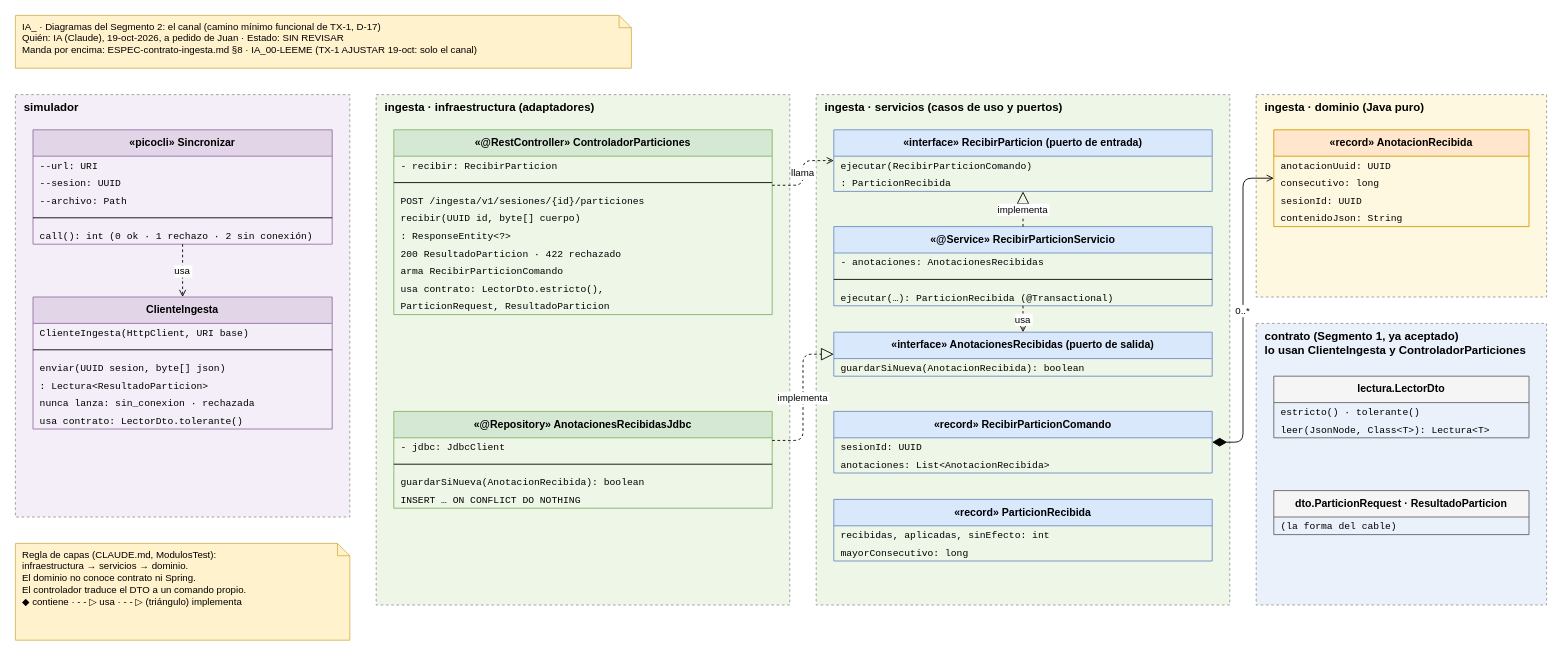
The draw.io diagram page "2 · Clases del canal" (2 of 2) of codigo/contrato/diagramas/IA_segmento-2.drawio in JuanPabloAvendano/FlorLogic, before the edit. Source tidied: cells renumbered, new cells numbered last; positions are measured from the earlier drawing's top-left corner, leaving out a move shared by most shapes. Both pictures are drawn from the tidied source at 88%, with x=0, y=0 at pixel (15, 15).
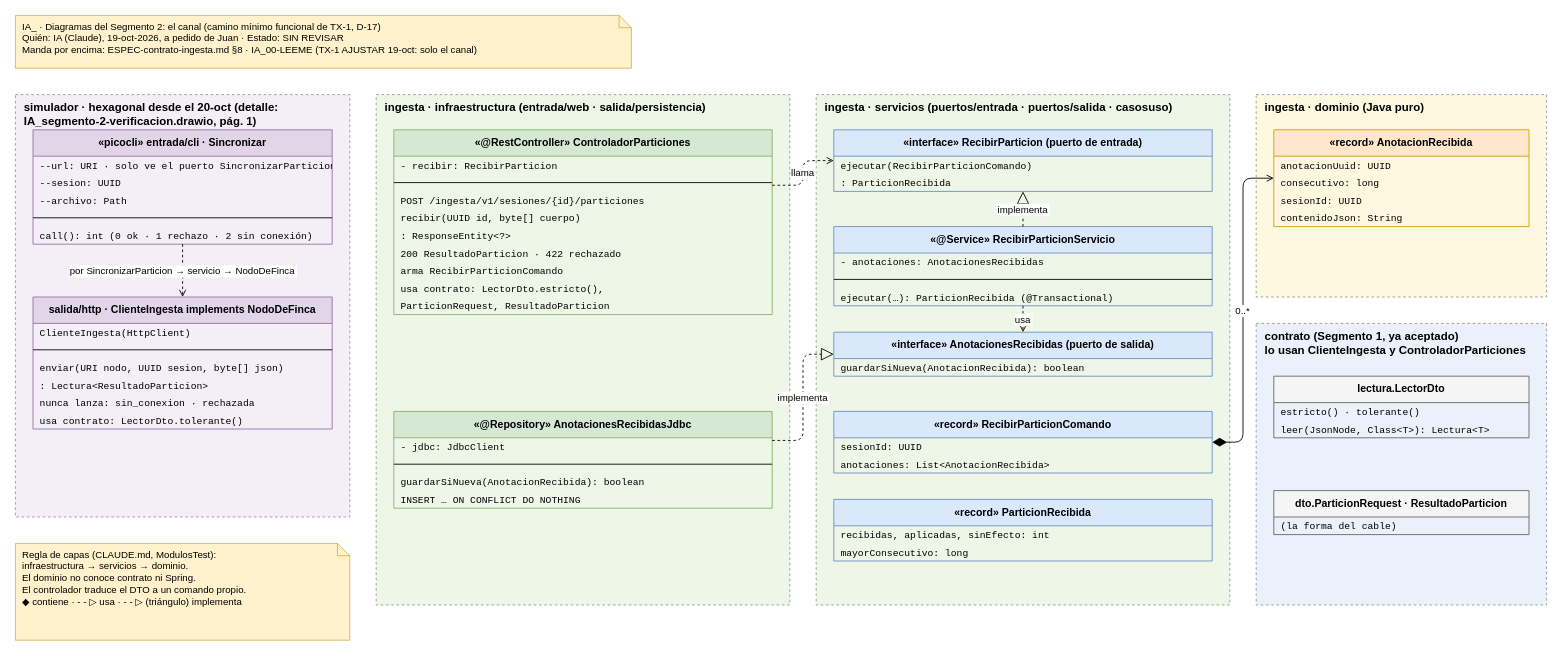
The same diagram, later.

The edit, as a diff of the source:
```diff
@@
-    <mxCell id="3" value="simulador" style="rounded=0;whiteSpace=wrap;html=0;fillColor=#f3eef7;strokeColor=#999999;dashed=1;verticalAlign=top;align=left;spacingLeft=8;fontStyle=1;fontSize=13;" parent="1" vertex="1">
+    <mxCell id="3" value="simulador · hexagonal desde el 20-oct (detalle: IA_segmento-2-verificacion.drawio, pág. 1)" style="rounded=0;whiteSpace=wrap;html=0;fillColor=#f3eef7;strokeColor=#999999;dashed=1;verticalAlign=top;align=left;spacingLeft=8;fontStyle=1;fontSize=13;" parent="1" vertex="1">
       <mxGeometry y="90" width="380" height="480" as="geometry" />
     </mxCell>
-    <mxCell id="4" value="ingesta · infraestructura (adaptadores)" style="rounded=0;whiteSpace=wrap;html=0;fillColor=#eef6e8;strokeColor=#999999;dashed=1;verticalAlign=top;align=left;spacingLeft=8;fontStyle=1;fontSize=13;" parent="1" vertex="1">
+    <mxCell id="4" value="ingesta · infraestructura (entrada/web · salida/persistencia)" style="rounded=0;whiteSpace=wrap;html=0;fillColor=#eef6e8;strokeColor=#999999;dashed=1;verticalAlign=top;align=left;spacingLeft=8;fontStyle=1;fontSize=13;" parent="1" vertex="1">
       <mxGeometry x="410" y="90" width="470" height="580" as="geometry" />
     </mxCell>
-    <mxCell id="5" value="ingesta · servicios (casos de uso y puertos)" style="rounded=0;whiteSpace=wrap;html=0;fillColor=#eef6e8;strokeColor=#999999;dashed=1;verticalAlign=top;align=left;spacingLeft=8;fontStyle=1;fontSize=13;" parent="1" vertex="1">
+    <mxCell id="5" value="ingesta · servicios (puertos/entrada · puertos/salida · casosuso)" style="rounded=0;whiteSpace=wrap;html=0;fillColor=#eef6e8;strokeColor=#999999;dashed=1;verticalAlign=top;align=left;spacingLeft=8;fontStyle=1;fontSize=13;" parent="1" vertex="1">
       <mxGeometry x="910" y="90" width="470" height="580" as="geometry" />
     </mxCell>
@@
-    <mxCell id="8" value="«picocli» Sincronizar" style="swimlane;fontStyle=1;horizontal=1;startSize=30;html=0;whiteSpace=wrap;fillColor=#e1d5e7;strokeColor=#9673a6;fontSize=12;" parent="1" vertex="1">
+    <mxCell id="8" value="«picocli» entrada/cli · Sincronizar" style="swimlane;fontStyle=1;horizontal=1;startSize=30;html=0;whiteSpace=wrap;fillColor=#e1d5e7;strokeColor=#9673a6;fontSize=12;" parent="1" vertex="1">
       <mxGeometry x="20" y="130" width="340" height="130" as="geometry" />
     </mxCell>
-    <mxCell id="9" value="--url: URI" style="text;strokeColor=none;fillColor=none;align=left;verticalAlign=middle;spacingLeft=6;overflow=hidden;html=0;fontFamily=Courier New;fontSize=11;" parent="8" vertex="1">
+    <mxCell id="9" value="--url: URI · solo ve el puerto SincronizarParticion" style="text;strokeColor=none;fillColor=none;align=left;verticalAlign=middle;spacingLeft=6;overflow=hidden;html=0;fontFamily=Courier New;fontSize=11;" parent="8" vertex="1">
       <mxGeometry y="30" width="340" height="20" as="geometry" />
     </mxCell>
@@
-    <mxCell id="14" value="ClienteIngesta" style="swimlane;fontStyle=1;horizontal=1;startSize=30;html=0;whiteSpace=wrap;fillColor=#e1d5e7;strokeColor=#9673a6;fontSize=12;" parent="1" vertex="1">
+    <mxCell id="14" value="salida/http · ClienteIngesta implements NodoDeFinca" style="swimlane;fontStyle=1;horizontal=1;startSize=30;html=0;whiteSpace=wrap;fillColor=#e1d5e7;strokeColor=#9673a6;fontSize=12;" parent="1" vertex="1">
       <mxGeometry x="20" y="320" width="340" height="150" as="geometry" />
     </mxCell>
-    <mxCell id="15" value="ClienteIngesta(HttpClient, URI base)" style="text;strokeColor=none;fillColor=none;align=left;verticalAlign=middle;spacingLeft=6;overflow=hidden;html=0;fontFamily=Courier New;fontSize=11;" parent="14" vertex="1">
+    <mxCell id="15" value="ClienteIngesta(HttpClient)" style="text;strokeColor=none;fillColor=none;align=left;verticalAlign=middle;spacingLeft=6;overflow=hidden;html=0;fontFamily=Courier New;fontSize=11;" parent="14" vertex="1">
       <mxGeometry y="30" width="340" height="20" as="geometry" />
     </mxCell>
@@
-    <mxCell id="17" value="enviar(UUID sesion, byte[] json)" style="text;strokeColor=none;fillColor=none;align=left;verticalAlign=middle;spacingLeft=6;overflow=hidden;html=0;fontFamily=Courier New;fontSize=11;" parent="14" vertex="1">
+    <mxCell id="17" value="enviar(URI nodo, UUID sesion, byte[] json)" style="text;strokeColor=none;fillColor=none;align=left;verticalAlign=middle;spacingLeft=6;overflow=hidden;html=0;fontFamily=Courier New;fontSize=11;" parent="14" vertex="1">
       <mxGeometry y="70" width="340" height="20" as="geometry" />
     </mxCell>
@@
-    <mxCell id="61" value="usa" style="edgeStyle=orthogonalEdgeStyle;rounded=1;html=0;fontSize=11;labelBackgroundColor=#ffffff;endArrow=open;endFill=0;dashed=1;" parent="1" edge="1" source="8" target="14">
+    <mxCell id="61" value="por SincronizarParticion → servicio → NodoDeFinca" style="edgeStyle=orthogonalEdgeStyle;rounded=1;html=0;fontSize=11;labelBackgroundColor=#ffffff;endArrow=open;endFill=0;dashed=1;" parent="1" edge="1" source="8" target="14">
       <mxGeometry relative="1" as="geometry" />
     </mxCell>
```
